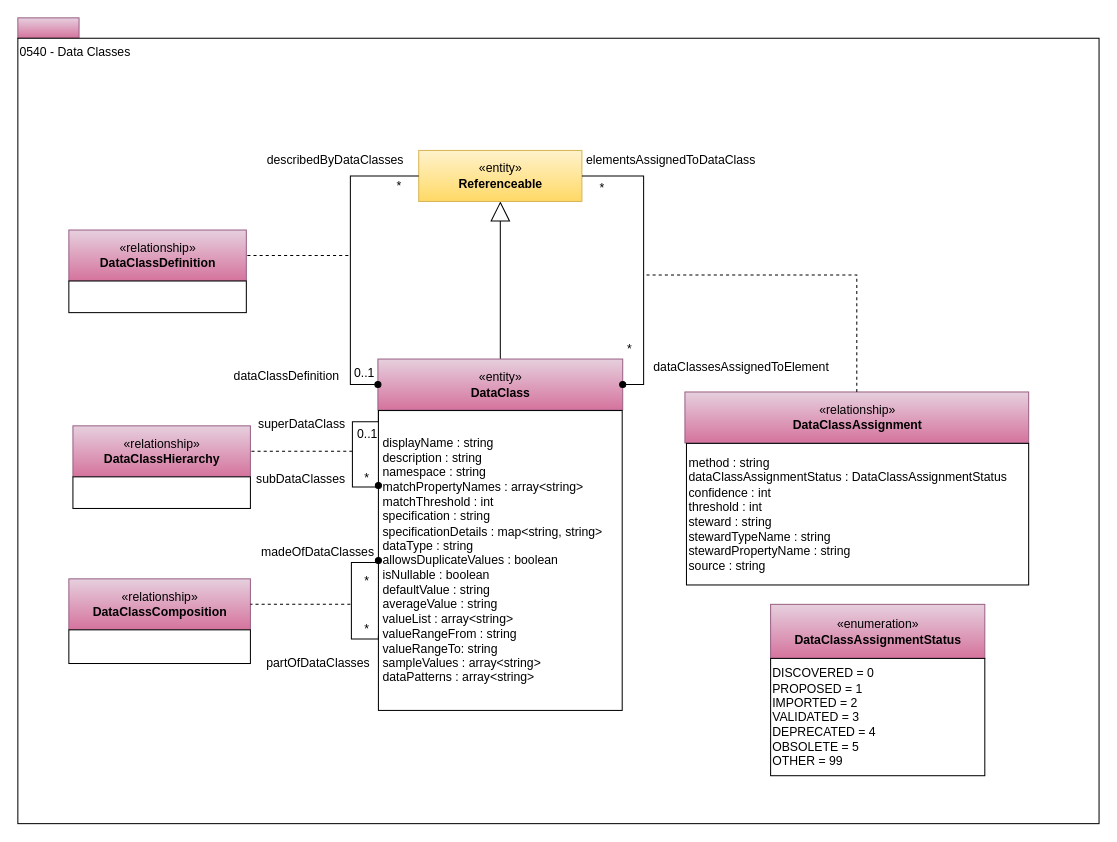
The draw.io diagram page "0540-Data-Classes" (25 of 36) of site/docs/types/5/area-5-models-and-schema.drawio in odpi/egeria-docs, before the edit. Source tidied: cells renumbered, new cells numbered last; positions are measured from the earlier drawing's top-left corner, leaving out a move shared by most shapes. Both pictures are drawn from the tidied source at 102%, with x=0, y=0 at pixel (17, 17).
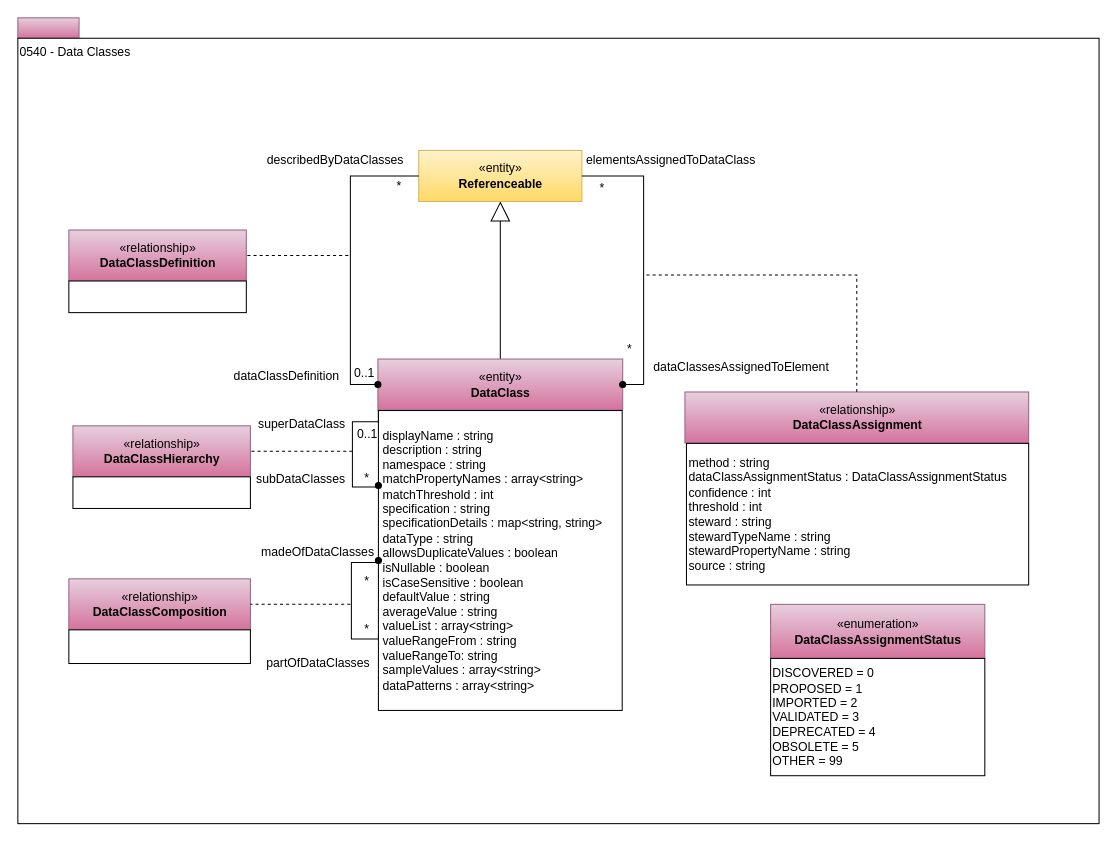
The same diagram, later.

The edit, as a diff of the source:
```diff
@@
-    <mxCell id="6" value="&lt;span&gt;displayName : string&lt;/span&gt;&lt;br&gt;&lt;span&gt;description : string&lt;/span&gt;&lt;br&gt;&lt;span&gt;namespace : string&lt;/span&gt;&lt;div&gt;matchPropertyNames : array&amp;lt;string&amp;gt;&lt;/div&gt;&lt;div&gt;&lt;div&gt;matchThreshold : int&lt;/div&gt;&lt;div&gt;&lt;/div&gt;&lt;span&gt;specification : string&lt;/span&gt;&lt;br&gt;&lt;span&gt;specificationDetails : map&amp;lt;string, string&amp;gt;&lt;/span&gt;&lt;div&gt;&lt;span&gt;dataType : string&lt;/span&gt;&lt;/div&gt;&lt;div&gt;&lt;span style=&quot;background-color: transparent; color: light-dark(rgb(0, 0, 0), rgb(255, 255, 255));&quot;&gt;allowsDuplicateValues : boolean&lt;/span&gt;&lt;/div&gt;&lt;div&gt;&lt;span style=&quot;background-color: transparent; color: light-dark(rgb(0, 0, 0), rgb(255, 255, 255));&quot;&gt;isNullable : boolean&lt;/span&gt;&lt;/div&gt;&lt;div&gt;&lt;div&gt;&lt;/div&gt;&lt;/div&gt;&lt;div&gt;&lt;span style=&quot;background-color: transparent; color: light-dark(rgb(0, 0, 0), rgb(255, 255, 255));&quot;&gt;defaultValue : string&lt;/span&gt;&lt;br&gt;&lt;/div&gt;&lt;div&gt;&lt;span style=&quot;background-color: transparent; color: light-dark(rgb(0, 0, 0), rgb(255, 255, 255));&quot;&gt;averageValue : string&lt;/span&gt;&lt;/div&gt;&lt;div&gt;valueList : array&amp;lt;string&amp;gt;&lt;/div&gt;&lt;div&gt;valueRangeFrom : string&lt;/div&gt;&lt;div&gt;valueRangeTo: string&lt;/div&gt;&lt;div&gt;sampleValues : array&amp;lt;string&amp;gt;&lt;br&gt;dataPatterns : array&amp;lt;string&amp;gt;&lt;br&gt;&lt;/div&gt;&lt;/div&gt;" style="rounded=0;whiteSpace=wrap;html=1;strokeColor=#000000;gradientColor=#ffffff;align=left;spacingLeft=2;" parent="1" vertex="1">
+    <mxCell id="6" value="&lt;span&gt;displayName : string&lt;/span&gt;&lt;br&gt;&lt;span&gt;description : string&lt;/span&gt;&lt;br&gt;&lt;span&gt;namespace : string&lt;/span&gt;&lt;div&gt;matchPropertyNames : array&amp;lt;string&amp;gt;&lt;/div&gt;&lt;div&gt;&lt;div&gt;matchThreshold : int&lt;/div&gt;&lt;div&gt;&lt;/div&gt;&lt;span&gt;specification : string&lt;/span&gt;&lt;br&gt;&lt;span&gt;specificationDetails : map&amp;lt;string, string&amp;gt;&lt;/span&gt;&lt;div&gt;&lt;span&gt;dataType : string&lt;/span&gt;&lt;/div&gt;&lt;div&gt;&lt;span style=&quot;background-color: transparent; color: light-dark(rgb(0, 0, 0), rgb(255, 255, 255));&quot;&gt;allowsDuplicateValues : boolean&lt;/span&gt;&lt;/div&gt;&lt;div&gt;&lt;span style=&quot;background-color: transparent; color: light-dark(rgb(0, 0, 0), rgb(255, 255, 255));&quot;&gt;isNullable : boolean&lt;/span&gt;&lt;/div&gt;&lt;div&gt;&lt;div&gt;&lt;/div&gt;&lt;/div&gt;&lt;div&gt;&lt;span style=&quot;background-color: transparent; color: light-dark(rgb(0, 0, 0), rgb(255, 255, 255));&quot;&gt;isCaseSensitive : boolean&lt;/span&gt;&lt;/div&gt;&lt;div&gt;&lt;span style=&quot;background-color: transparent; color: light-dark(rgb(0, 0, 0), rgb(255, 255, 255));&quot;&gt;defaultValue : string&lt;/span&gt;&lt;br&gt;&lt;/div&gt;&lt;div&gt;&lt;span style=&quot;background-color: transparent; color: light-dark(rgb(0, 0, 0), rgb(255, 255, 255));&quot;&gt;averageValue : string&lt;/span&gt;&lt;/div&gt;&lt;div&gt;valueList : array&amp;lt;string&amp;gt;&lt;/div&gt;&lt;div&gt;valueRangeFrom : string&lt;/div&gt;&lt;div&gt;valueRangeTo: string&lt;/div&gt;&lt;div&gt;sampleValues : array&amp;lt;string&amp;gt;&lt;br&gt;dataPatterns : array&amp;lt;string&amp;gt;&lt;br&gt;&lt;/div&gt;&lt;/div&gt;" style="rounded=0;whiteSpace=wrap;html=1;strokeColor=#000000;gradientColor=#ffffff;align=left;spacingLeft=2;" parent="1" vertex="1">
       <mxGeometry x="353.5" y="385" width="239" height="294" as="geometry" />
     </mxCell>
```
